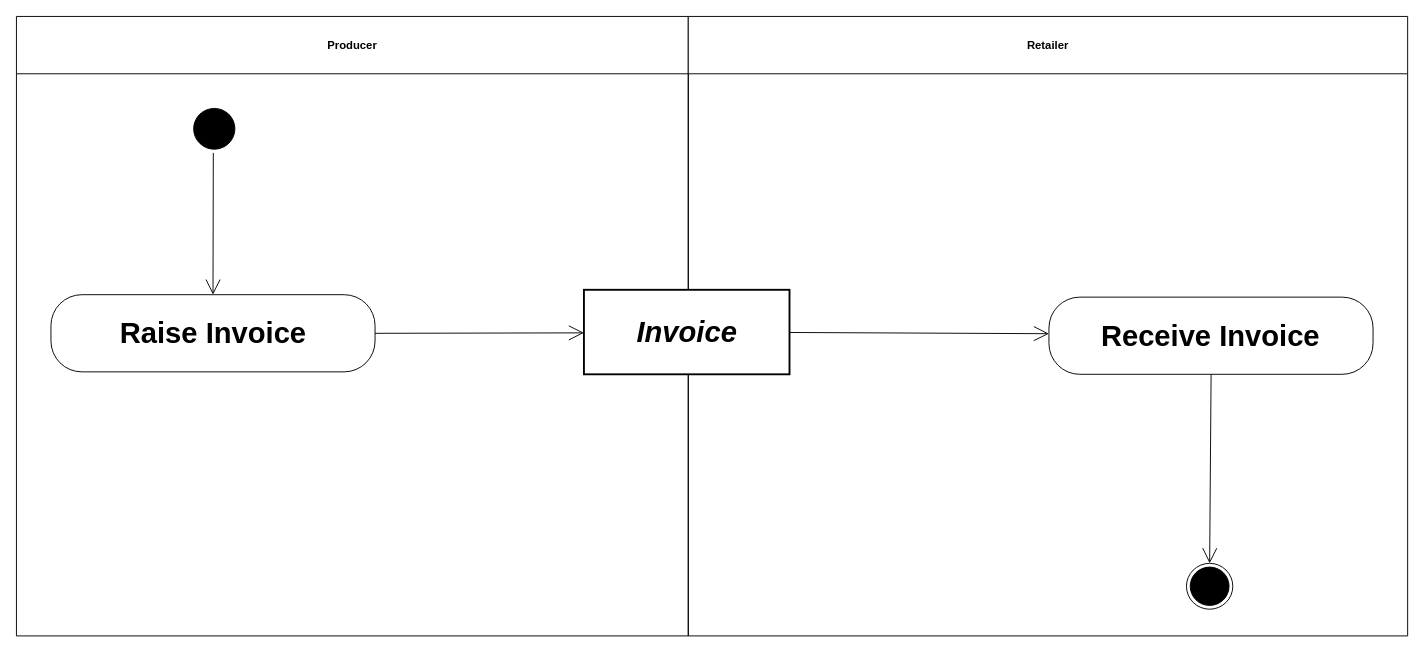
Before: diagrams/UBL-2.2-VMI-Invoicing/UBL-2.2-VMI-Invoicing.drawio in kduvekot/ubl-work-on-svg-images, a draw.io diagram. Source tidied: cells renumbered, new cells numbered last; positions are measured from the earlier drawing's top-left corner, leaving out a move shared by most shapes. Both pictures are drawn from the tidied source at 94%, with x=0, y=0 at pixel (16, 16).
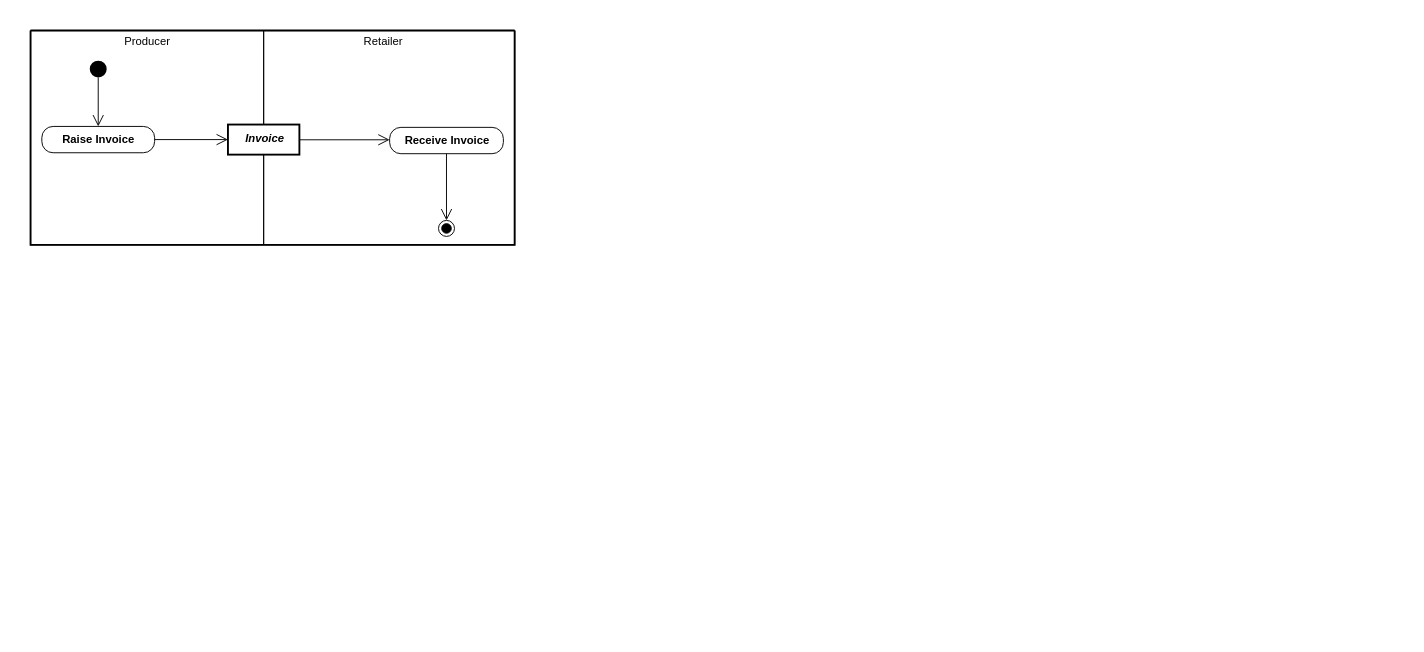
Above is the later version.

Diff of the diagram source:
```diff
@@
 <mxGraphModel>
   <root>
     <mxCell id="0" />
     <mxCell id="1" parent="0" />
+    <mxCell id="13" style="swimlane;html=1;startSize=0;whiteSpace=wrap;fillColor=none;strokeWidth=2;" parent="1" vertex="1">
+      <mxGeometry x="15" y="15" width="515" height="228" as="geometry" />
+    </mxCell>
-    <mxCell id="2" value="Producer" style="swimlane;whiteSpace=wrap;html=1;startSize=61;" parent="1" vertex="1">
-      <mxGeometry width="714.7" height="659" as="geometry" />
+    <mxCell id="2" value="Producer" style="swimlane;horizontal=1;startSize=23;swimlaneLine=0;html=1;fillColor=none;fontSize=12;fontStyle=0;spacing=0;spacingRight=1;" parent="13" vertex="1">
+      <mxGeometry width="248" height="228" as="geometry" />
     </mxCell>
-    <mxCell id="3" value="Retailer" style="swimlane;whiteSpace=wrap;html=1;startSize=61;" parent="1" vertex="1">
-      <mxGeometry x="714.7" width="765.3" height="659" as="geometry" />
+    <mxCell id="3" value="Retailer" style="swimlane;horizontal=1;startSize=24;swimlaneLine=0;html=1;fillColor=none;fontSize=12;fontStyle=0;spacing=0;spacingRight=13;" parent="13" vertex="1">
+      <mxGeometry x="248" width="267" height="228" as="geometry" />
     </mxCell>
-    <mxCell id="4" style="ellipse;html=1;shape=startState;fillColor=#000000;strokeColor=#000000;fontFamily=Helvetica;fontSize=31;" parent="1" vertex="1">
-      <mxGeometry x="184.5" y="93.8" width="51.9" height="51.4" as="geometry" />
+    <mxCell id="4" style="ellipse;shape=startState;fillColor=#000000;strokeColor=none;html=1;" parent="2" vertex="1">
+      <mxGeometry x="59" y="28" width="26" height="26" as="geometry" />
     </mxCell>
-    <mxCell id="5" value="Invoice" style="rounded=0;whiteSpace=wrap;html=1;fontStyle=3;strokeWidth=2;fontFamily=Helvetica;fontSize=31;" parent="1" vertex="1">
-      <mxGeometry x="603.7" y="290.8" width="218.7" height="89.9" as="geometry" />
+    <mxCell id="5" value="Invoice" style="rounded=0;html=1;whiteSpace=nowrap;fontSize=12;fontStyle=3;align=center;verticalAlign=middle;spacing=0;spacingLeft=2;spacingBottom=2;strokeWidth=2;" parent="3" vertex="1">
+      <mxGeometry x="-38" y="100" width="76" height="32" as="geometry" />
     </mxCell>
-    <mxCell id="6" value="Raise Invoice" style="rounded=1;arcSize=40;whiteSpace=wrap;html=1;fontStyle=1;fontFamily=Helvetica;fontSize=31;" parent="1" vertex="1">
-      <mxGeometry x="36.7" y="296" width="344.8" height="82.1" as="geometry" />
+    <mxCell id="6" value="Raise Invoice" style="rounded=1;absoluteArcSize=1;arcSize=24;html=1;whiteSpace=nowrap;fontSize=12;fontStyle=1;align=center;verticalAlign=middle;spacing=0;spacingBottom=1;" parent="2" vertex="1">
+      <mxGeometry x="12" y="102" width="120" height="28" as="geometry" />
     </mxCell>
-    <mxCell id="7" value="Receive Invoice" style="rounded=1;arcSize=40;whiteSpace=wrap;html=1;fontStyle=1;fontFamily=Helvetica;fontSize=31;" parent="1" vertex="1">
-      <mxGeometry x="1098.4" y="298.6" width="344.8" height="82.1" as="geometry" />
+    <mxCell id="7" value="Receive Invoice" style="rounded=1;absoluteArcSize=1;arcSize=24;html=1;whiteSpace=nowrap;fontSize=12;fontStyle=1;align=center;verticalAlign=middle;spacing=0;spacingLeft=1;spacingBottom=1;" parent="3" vertex="1">
+      <mxGeometry x="134" y="103" width="121" height="28" as="geometry" />
     </mxCell>
-    <mxCell id="8" style="ellipse;html=1;shape=endState;fillColor=#000000;strokeColor=#000000;fontFamily=Helvetica;fontSize=31;" parent="1" vertex="1">
-      <mxGeometry x="1244.7" y="581.8" width="49.3" height="48.8" as="geometry" />
+    <mxCell id="8" style="ellipse;shape=endState;fillColor=#000000;html=1;" parent="3" vertex="1">
+      <mxGeometry x="186" y="202" width="17" height="17" as="geometry" />
     </mxCell>
-    <mxCell id="9" style="edgeStyle=none;rounded=0;html=1;endArrow=open;endFill=0;endSize=14;exitX=0.474;exitY=1.0;entryX=0.5;entryY=0.0;" parent="1" edge="1" source="4" target="6">
+    <mxCell id="9" style="edgeStyle=none;rounded=0;html=1;endArrow=open;endFill=0;endSize=10;exitPerimeter=0;entryX=0.5;entryY=0;entryPerimeter=0;exitX=0.5;exitY=0.8456;" parent="2" edge="1" source="4" target="6">
       <mxGeometry relative="1" as="geometry" />
     </mxCell>
-    <mxCell id="10" style="edgeStyle=none;rounded=0;html=1;endArrow=open;endFill=0;endSize=14;exitX=1.0;exitY=0.5006;entryX=0.0;entryY=0.5095;" parent="1" edge="1" source="6" target="5">
+    <mxCell id="10" style="edgeStyle=none;rounded=0;html=1;endArrow=open;endFill=0;endSize=10;exitX=1;exitY=0.5;exitPerimeter=0;entryX=0;entryY=0.5;entryPerimeter=0;" parent="13" edge="1" source="6" target="5">
       <mxGeometry relative="1" as="geometry" />
     </mxCell>
-    <mxCell id="11" style="edgeStyle=none;rounded=0;html=1;endArrow=open;endFill=0;endSize=14;exitX=1.0;exitY=0.505;entryX=0.0;entryY=0.4738;" parent="1" edge="1" source="5" target="7">
+    <mxCell id="11" style="edgeStyle=none;rounded=0;html=1;endArrow=open;endFill=0;endSize=10;exitPerimeter=0;entryX=0;entryY=0.472;entryPerimeter=0;exitX=1;exitY=0.50675;" parent="3" edge="1" source="5" target="7">
       <mxGeometry relative="1" as="geometry" />
     </mxCell>
-    <mxCell id="12" style="edgeStyle=none;rounded=0;html=1;endArrow=open;endFill=0;endSize=14;exitX=0.5003;exitY=1.0;entryX=0.5132;entryY=0.0;" parent="1" edge="1" source="7" target="8">
+    <mxCell id="12" style="edgeStyle=none;rounded=0;html=1;endArrow=open;endFill=0;endSize=10;exitX=0.5;exitY=1;exitPerimeter=0;entryPerimeter=0;entryX=0.5;entryY=0;" parent="3" edge="1" source="7" target="8">
       <mxGeometry relative="1" as="geometry" />
     </mxCell>
   </root>
 </mxGraphModel>
```
